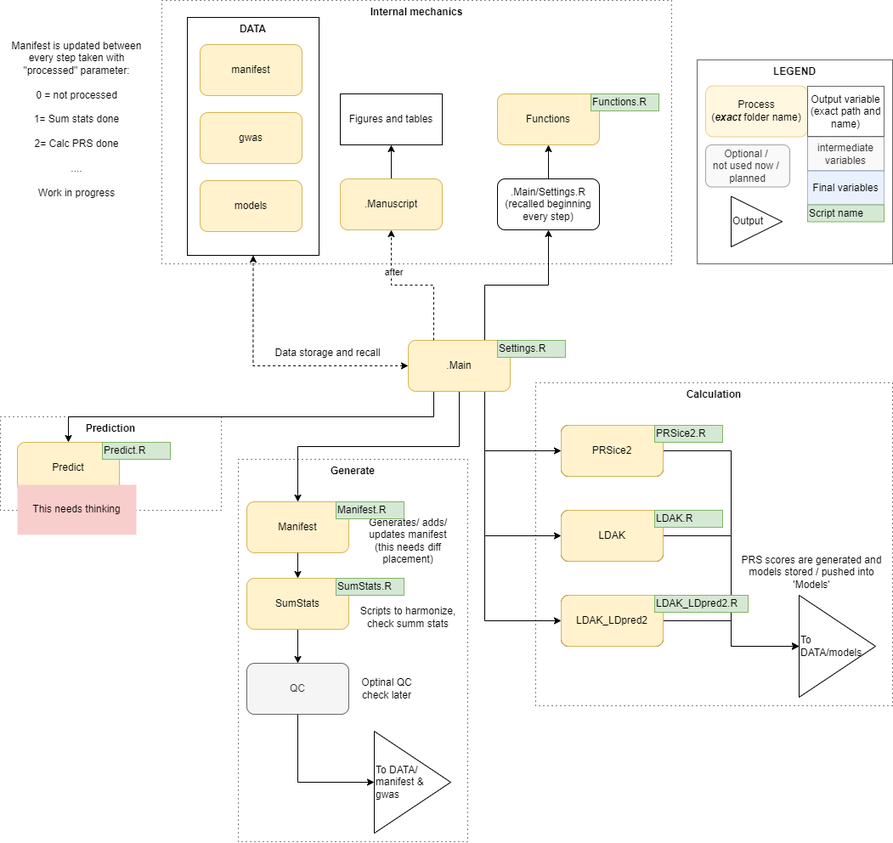
Above: Workflows/Workflow.png in Rrtk2/PRS-multi-trait (draw.io), before the change. Source tidied: cells renumbered, new cells last; positions are measured from the earlier drawing's top-left corner, leaving out a move shared by most shapes.
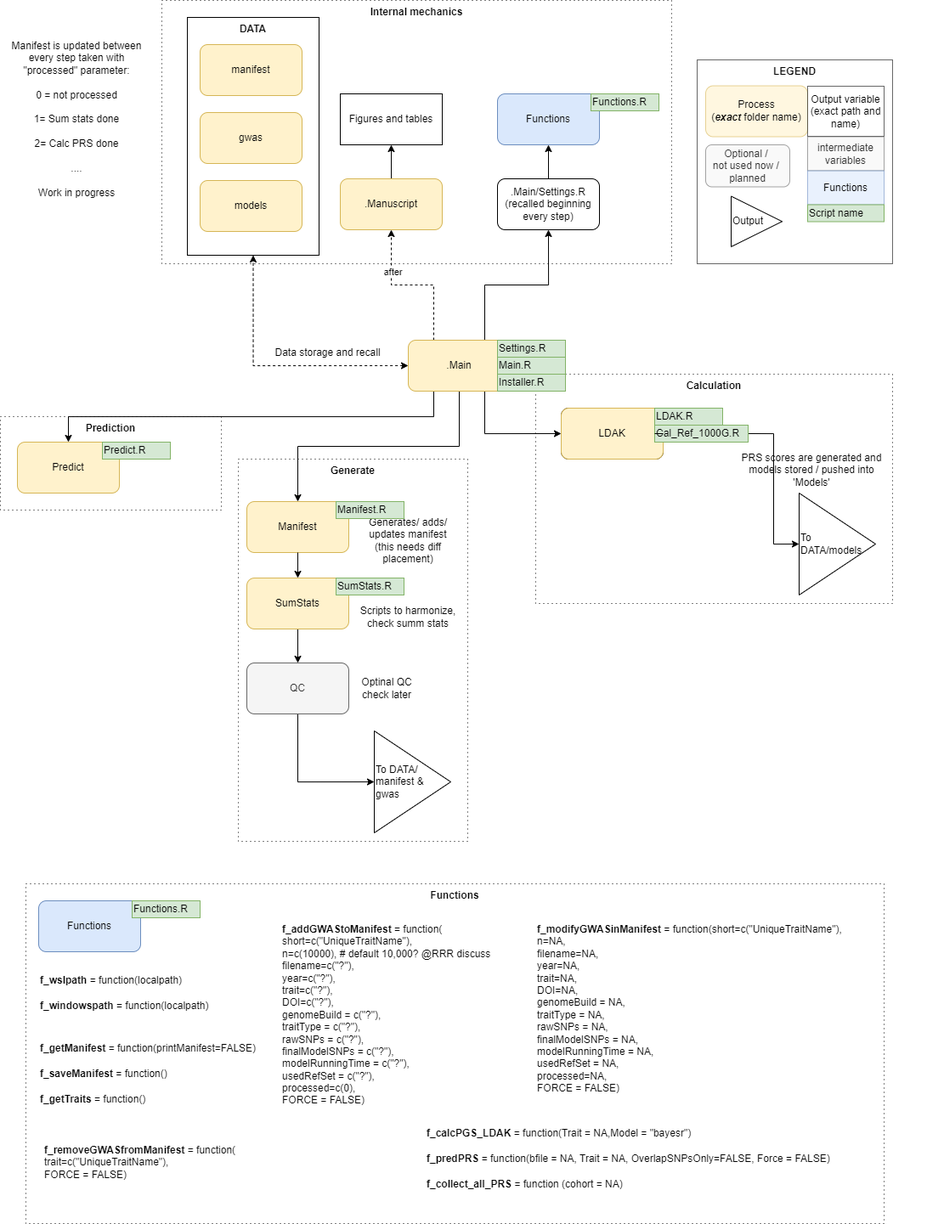
The same diagram one commit later.

What changed in the source:
```diff
@@ -20,7 +20,7 @@
     <mxCell id="7" value="intermediate&lt;br&gt;variables" style="rounded=0;whiteSpace=wrap;html=1;align=center;fillColor=#f5f5f5;fontColor=#333333;strokeColor=#666666;opacity=60;" parent="3" vertex="1">
       <mxGeometry x="130" y="90.5" width="90" height="40" as="geometry" />
     </mxCell>
-    <mxCell id="8" value="Final variables" style="rounded=0;whiteSpace=wrap;html=1;align=center;fillColor=#dae8fc;strokeColor=#6c8ebf;opacity=60;" parent="3" vertex="1">
+    <mxCell id="8" value="Functions" style="rounded=0;whiteSpace=wrap;html=1;align=center;fillColor=#dae8fc;strokeColor=#6c8ebf;opacity=60;" parent="3" vertex="1">
       <mxGeometry x="130" y="130.5" width="90" height="40" as="geometry" />
     </mxCell>
     <mxCell id="9" value="Optional /&amp;nbsp;&lt;br&gt;not used now /&amp;nbsp;&lt;br&gt;planned" style="rounded=1;whiteSpace=wrap;html=1;opacity=60;fillColor=#f5f5f5;fontColor=#333333;strokeColor=#666666;" parent="3" vertex="1">
@@ -46,21 +46,15 @@
     <mxCell id="15" style="edgeStyle=orthogonalEdgeStyle;rounded=0;jettySize=auto;html=1;exitX=0.75;exitY=0;exitDx=0;exitDy=0;entryX=0.5;entryY=1;entryDx=0;entryDy=0;" parent="1" edge="1" source="21" target="27">
       <mxGeometry relative="1" as="geometry" />
     </mxCell>
-    <mxCell id="16" style="edgeStyle=orthogonalEdgeStyle;rounded=0;jettySize=auto;html=1;exitX=0.75;exitY=1;exitDx=0;exitDy=0;entryX=0;entryY=0.5;entryDx=0;entryDy=0;" parent="1" edge="1" source="21" target="40">
-      <mxGeometry relative="1" as="geometry" />
-    </mxCell>
-    <mxCell id="17" style="edgeStyle=orthogonalEdgeStyle;rounded=0;jettySize=auto;html=1;exitX=0.75;exitY=1;exitDx=0;exitDy=0;entryX=0;entryY=0.5;entryDx=0;entryDy=0;" parent="1" edge="1" source="21" target="41">
-      <mxGeometry relative="1" as="geometry" />
-    </mxCell>
-    <mxCell id="18" style="edgeStyle=orthogonalEdgeStyle;rounded=0;jettySize=auto;html=1;exitX=0.75;exitY=1;exitDx=0;exitDy=0;entryX=0;entryY=0.5;entryDx=0;entryDy=0;" parent="1" edge="1" source="21" target="42">
-      <mxGeometry relative="1" as="geometry" />
-    </mxCell>
     <mxCell id="19" style="edgeStyle=orthogonalEdgeStyle;rounded=0;jettySize=auto;html=1;exitX=0;exitY=0.5;exitDx=0;exitDy=0;entryX=0.5;entryY=1;entryDx=0;entryDy=0;dashed=1;startArrow=classic;startFill=1;" parent="1" edge="1" source="21" target="48">
       <mxGeometry relative="1" as="geometry" />
     </mxCell>
     <mxCell id="20" style="edgeStyle=orthogonalEdgeStyle;rounded=0;jettySize=auto;html=1;exitX=0.5;exitY=1;exitDx=0;exitDy=0;entryX=0.5;entryY=0;entryDx=0;entryDy=0;startArrow=none;startFill=0;" parent="1" edge="1" source="21" target="70">
       <mxGeometry relative="1" as="geometry" />
     </mxCell>
+    <mxCell id="17" style="edgeStyle=orthogonalEdgeStyle;rounded=0;jettySize=auto;html=1;exitX=0.75;exitY=1;exitDx=0;exitDy=0;entryX=0;entryY=0.5;entryDx=0;entryDy=0;" parent="1" edge="1" source="21" target="41">
+      <mxGeometry relative="1" as="geometry" />
+    </mxCell>
     <mxCell id="21" value=".Main" style="rounded=1;whiteSpace=wrap;html=1;fillColor=#fff2cc;strokeColor=#d6b656;" parent="1" vertex="1">
       <mxGeometry x="480" y="400" width="120" height="60" as="geometry" />
     </mxCell>
@@ -85,60 +79,12 @@
     <mxCell id="28" style="group;" parent="1" vertex="1">
       <mxGeometry x="585" y="110" width="190" height="60" as="geometry" />
     </mxCell>
-    <mxCell id="29" value="Functions" style="rounded=1;whiteSpace=wrap;html=1;fillColor=#fff2cc;strokeColor=#d6b656;" parent="28" vertex="1">
+    <mxCell id="29" value="Functions" style="rounded=1;whiteSpace=wrap;html=1;fillColor=#dae8fc;strokeColor=#6c8ebf;" parent="28" vertex="1">
       <mxGeometry width="120" height="60" as="geometry" />
     </mxCell>
     <mxCell id="30" value="Functions.R" style="rounded=0;whiteSpace=wrap;html=1;align=left;fillColor=#d5e8d4;strokeColor=#82b366;" parent="28" vertex="1">
       <mxGeometry x="110" width="80" height="20" as="geometry" />
     </mxCell>
-    <mxCell id="31" style="group;" parent="1" vertex="1">
-      <mxGeometry x="630" y="450" width="420" height="380" as="geometry" />
-    </mxCell>
-    <mxCell id="32" value="Calculation" style="rounded=0;whiteSpace=wrap;html=1;horizontal=1;verticalAlign=top;fontColor=default;labelBackgroundColor=none;fillColor=none;dashed=1;dashPattern=1 4;fontStyle=1;" parent="31" vertex="1">
-      <mxGeometry width="420" height="380" as="geometry" />
-    </mxCell>
-    <mxCell id="33" value="To DATA/models" style="triangle;whiteSpace=wrap;html=1;align=left;" parent="31" vertex="1">
-      <mxGeometry x="310" y="250" width="90" height="120" as="geometry" />
-    </mxCell>
-    <mxCell id="34" style="edgeStyle=orthogonalEdgeStyle;rounded=0;jettySize=auto;html=1;exitX=1;exitY=0.5;exitDx=0;exitDy=0;entryX=0;entryY=0.5;entryDx=0;entryDy=0;" parent="31" edge="1" source="40" target="33">
-      <mxGeometry relative="1" as="geometry" />
-    </mxCell>
-    <mxCell id="35" style="edgeStyle=orthogonalEdgeStyle;rounded=0;jettySize=auto;html=1;exitX=1;exitY=0.5;exitDx=0;exitDy=0;entryX=0;entryY=0.5;entryDx=0;entryDy=0;" parent="31" edge="1" source="41" target="33">
-      <mxGeometry relative="1" as="geometry" />
-    </mxCell>
-    <mxCell id="36" style="edgeStyle=orthogonalEdgeStyle;rounded=0;jettySize=auto;html=1;exitX=1;exitY=0.5;exitDx=0;exitDy=0;entryX=0;entryY=0.5;entryDx=0;entryDy=0;" parent="31" edge="1" source="42" target="33">
-      <mxGeometry relative="1" as="geometry" />
-    </mxCell>
-    <mxCell id="37" value="PRSice2" style="rounded=1;whiteSpace=wrap;html=1;" parent="31" vertex="1">
-      <mxGeometry x="30" y="50" width="120" height="60" as="geometry" />
-    </mxCell>
-    <mxCell id="38" value="LDAK" style="rounded=1;whiteSpace=wrap;html=1;" parent="31" vertex="1">
-      <mxGeometry x="30" y="150" width="120" height="60" as="geometry" />
-    </mxCell>
-    <mxCell id="39" value="LDAK_LDpred2" style="rounded=1;whiteSpace=wrap;html=1;" parent="31" vertex="1">
-      <mxGeometry x="30" y="250" width="120" height="60" as="geometry" />
-    </mxCell>
-    <mxCell id="40" value="PRSice2" style="rounded=1;whiteSpace=wrap;html=1;fillColor=#fff2cc;strokeColor=#d6b656;" parent="31" vertex="1">
-      <mxGeometry x="30" y="50" width="120" height="60" as="geometry" />
-    </mxCell>
-    <mxCell id="41" value="LDAK" style="rounded=1;whiteSpace=wrap;html=1;fillColor=#fff2cc;strokeColor=#d6b656;" parent="31" vertex="1">
-      <mxGeometry x="30" y="150" width="120" height="60" as="geometry" />
-    </mxCell>
-    <mxCell id="42" value="LDAK_LDpred2" style="rounded=1;whiteSpace=wrap;html=1;fillColor=#fff2cc;strokeColor=#d6b656;" parent="31" vertex="1">
-      <mxGeometry x="30" y="250" width="120" height="60" as="geometry" />
-    </mxCell>
-    <mxCell id="43" value="PRS scores are generated and models stored / pushed into 'Models'" style="text;html=1;strokeColor=none;fillColor=none;align=center;verticalAlign=middle;whiteSpace=wrap;rounded=0;" parent="31" vertex="1">
-      <mxGeometry x="230" y="200" width="190" height="45" as="geometry" />
-    </mxCell>
-    <mxCell id="44" value="PRSice2.R" style="rounded=0;whiteSpace=wrap;html=1;align=left;fillColor=#d5e8d4;strokeColor=#82b366;" parent="31" vertex="1">
-      <mxGeometry x="140" y="50" width="80" height="20" as="geometry" />
-    </mxCell>
-    <mxCell id="45" value="LDAK.R" style="rounded=0;whiteSpace=wrap;html=1;align=left;fillColor=#d5e8d4;strokeColor=#82b366;" parent="31" vertex="1">
-      <mxGeometry x="140" y="150" width="80" height="20" as="geometry" />
-    </mxCell>
-    <mxCell id="46" value="LDAK_LDpred2.R" style="rounded=0;whiteSpace=wrap;html=1;align=left;fillColor=#d5e8d4;strokeColor=#82b366;" parent="31" vertex="1">
-      <mxGeometry x="140" y="250" width="110" height="20" as="geometry" />
-    </mxCell>
     <mxCell id="47" style="group;strokeColor=default;" parent="1" vertex="1">
       <mxGeometry x="220" y="20" width="155" height="280" as="geometry" />
     </mxCell>
@@ -220,8 +166,86 @@
     <mxCell id="73" style="edgeStyle=orthogonalEdgeStyle;rounded=0;jettySize=auto;html=1;exitX=0.5;exitY=1;exitDx=0;exitDy=0;entryX=0.5;entryY=0;entryDx=0;entryDy=0;startArrow=none;startFill=0;" parent="1" edge="1" source="70" target="63">
       <mxGeometry relative="1" as="geometry" />
     </mxCell>
-    <mxCell id="74" value="This needs thinking" style="text;html=1;strokeColor=none;fillColor=#f8cecc;align=center;verticalAlign=middle;whiteSpace=wrap;rounded=0;" parent="1" vertex="1">
-      <mxGeometry x="20" y="570" width="140" height="58.8" as="geometry" />
-    </mxCell>
+    <mxCell id="75" style="group;" parent="1" vertex="1">
+      <mxGeometry x="630" y="440" width="480" height="380" as="geometry" />
+    </mxCell>
+    <mxCell id="32" value="Calculation" style="rounded=0;whiteSpace=wrap;html=1;horizontal=1;verticalAlign=top;fontColor=default;labelBackgroundColor=none;fillColor=none;dashed=1;dashPattern=1 4;fontStyle=1;" parent="75" vertex="1">
+      <mxGeometry width="420" height="270" as="geometry" />
+    </mxCell>
+    <mxCell id="33" value="To DATA/models" style="triangle;whiteSpace=wrap;html=1;align=left;" parent="75" vertex="1">
+      <mxGeometry x="310" y="140" width="90" height="120" as="geometry" />
+    </mxCell>
+    <mxCell id="35" style="edgeStyle=orthogonalEdgeStyle;rounded=0;jettySize=auto;html=1;exitX=1;exitY=0.5;exitDx=0;exitDy=0;entryX=0;entryY=0.5;entryDx=0;entryDy=0;startArrow=none;" parent="75" edge="1" source="76" target="33">
+      <mxGeometry relative="1" as="geometry" />
+    </mxCell>
+    <mxCell id="38" value="LDAK" style="rounded=1;whiteSpace=wrap;html=1;" parent="75" vertex="1">
+      <mxGeometry x="30" y="40" width="120" height="60" as="geometry" />
+    </mxCell>
+    <mxCell id="41" value="LDAK" style="rounded=1;whiteSpace=wrap;html=1;fillColor=#fff2cc;strokeColor=#d6b656;" parent="75" vertex="1">
+      <mxGeometry x="30" y="40" width="120" height="60" as="geometry" />
+    </mxCell>
+    <mxCell id="43" value="PRS scores are generated and models stored / pushed into 'Models'" style="text;html=1;strokeColor=none;fillColor=none;align=center;verticalAlign=middle;whiteSpace=wrap;rounded=0;" parent="75" vertex="1">
+      <mxGeometry x="230" y="90" width="190" height="45" as="geometry" />
+    </mxCell>
+    <mxCell id="45" value="LDAK.R" style="rounded=0;whiteSpace=wrap;html=1;align=left;fillColor=#d5e8d4;strokeColor=#82b366;" parent="75" vertex="1">
+      <mxGeometry x="140" y="40" width="80" height="20" as="geometry" />
+    </mxCell>
+    <mxCell id="76" value="Cal_Ref_1000G.R" style="rounded=0;whiteSpace=wrap;html=1;align=left;fillColor=#d5e8d4;strokeColor=#82b366;" parent="75" vertex="1">
+      <mxGeometry x="140" y="60" width="110" height="20" as="geometry" />
+    </mxCell>
+    <mxCell id="77" style="edgeStyle=orthogonalEdgeStyle;rounded=0;jettySize=auto;html=1;exitX=1;exitY=0.5;exitDx=0;exitDy=0;entryX=0;entryY=0.5;entryDx=0;entryDy=0;endArrow=none;" parent="75" edge="1" source="41" target="76">
+      <mxGeometry relative="1" as="geometry" />
+    </mxCell>
+    <mxCell id="78" value="Main.R" style="rounded=0;whiteSpace=wrap;html=1;align=left;fillColor=#d5e8d4;strokeColor=#82b366;" parent="1" vertex="1">
+      <mxGeometry x="585" y="420" width="80" height="20" as="geometry" />
+    </mxCell>
+    <mxCell id="79" value="Installer.R" style="rounded=0;whiteSpace=wrap;html=1;align=left;fillColor=#d5e8d4;strokeColor=#82b366;" parent="1" vertex="1">
+      <mxGeometry x="585" y="440" width="80" height="20" as="geometry" />
+    </mxCell>
+    <mxCell id="80" value="Functions" style="rounded=0;whiteSpace=wrap;html=1;horizontal=1;verticalAlign=top;fontColor=default;labelBackgroundColor=none;fillColor=none;dashed=1;dashPattern=1 4;fontStyle=1;" parent="1" vertex="1">
+      <mxGeometry x="30" y="1040" width="1010" height="400" as="geometry" />
+    </mxCell>
+    <mxCell id="81" style="group;" parent="1" vertex="1">
+      <mxGeometry x="45" y="1060" width="190" height="60" as="geometry" />
+    </mxCell>
+    <mxCell id="82" value="Functions" style="rounded=1;whiteSpace=wrap;html=1;fillColor=#dae8fc;strokeColor=#6c8ebf;" parent="81" vertex="1">
+      <mxGeometry width="120" height="60" as="geometry" />
+    </mxCell>
+    <mxCell id="83" value="Functions.R" style="rounded=0;whiteSpace=wrap;html=1;align=left;fillColor=#d5e8d4;strokeColor=#82b366;" parent="81" vertex="1">
+      <mxGeometry x="110" width="80" height="20" as="geometry" />
+    </mxCell>
+    <mxCell id="84" value="&lt;b&gt;f_wslpath &lt;/b&gt;= function(localpath)" style="text;whiteSpace=wrap;html=1;" parent="1" vertex="1">
+      <mxGeometry x="45" y="1140" width="200" height="40" as="geometry" />
+    </mxCell>
+    <mxCell id="85" value="&lt;b&gt;f_windowspath &lt;/b&gt;= function(localpath)" style="text;whiteSpace=wrap;html=1;" parent="1" vertex="1">
+      <mxGeometry x="45" y="1170" width="220" height="40" as="geometry" />
+    </mxCell>
+    <mxCell id="86" value="&lt;b&gt;f_getManifest &lt;/b&gt;= function(printManifest=FALSE)" style="text;whiteSpace=wrap;html=1;" parent="1" vertex="1">
+      <mxGeometry x="45" y="1220" width="280" height="40" as="geometry" />
+    </mxCell>
+    <mxCell id="87" value="&lt;b&gt;f_saveManifest &lt;/b&gt;= function()" style="text;whiteSpace=wrap;html=1;" parent="1" vertex="1">
+      <mxGeometry x="45" y="1250" width="180" height="40" as="geometry" />
+    </mxCell>
+    <mxCell id="88" value="&lt;b&gt;f_getTraits&lt;/b&gt; = function()" style="text;whiteSpace=wrap;html=1;" parent="1" vertex="1">
+      <mxGeometry x="45" y="1280" width="150" height="40" as="geometry" />
+    </mxCell>
+    <mxCell id="89" value="&lt;b&gt;f_addGWAStoManifest &lt;/b&gt;= function(&lt;br&gt;&#9;short=c(&quot;UniqueTraitName&quot;),&lt;br&gt;&#9;n=c(10000), # default 10,000? @RRR discuss&lt;br&gt;&#9;filename=c(&quot;?&quot;),&lt;br&gt;&#9;year=c(&quot;?&quot;),&lt;br&gt;&#9;trait=c(&quot;?&quot;),&lt;br&gt;&#9;DOI=c(&quot;?&quot;),&lt;br&gt;&#9;genomeBuild = c(&quot;?&quot;),&lt;br&gt;&#9;traitType = c(&quot;?&quot;),&lt;br&gt;&#9;rawSNPs = c(&quot;?&quot;),&lt;br&gt;&#9;finalModelSNPs = c(&quot;?&quot;),&lt;br&gt;&#9;modelRunningTime = c(&quot;?&quot;),&lt;br&gt;&#9;usedRefSet = c(&quot;?&quot;),&lt;br&gt;&#9;processed=c(0),&lt;br&gt;&#9;FORCE = FALSE)" style="text;whiteSpace=wrap;html=1;" parent="1" vertex="1">
+      <mxGeometry x="330" y="1080" width="280" height="240" as="geometry" />
+    </mxCell>
+    <mxCell id="90" value="&lt;b&gt;f_removeGWASfromManifest &lt;/b&gt;= function(&lt;br&gt;&#9;trait=c(&quot;UniqueTraitName&quot;),&lt;br&gt;&#9;FORCE = FALSE)" style="text;whiteSpace=wrap;html=1;" parent="1" vertex="1">
+      <mxGeometry x="50" y="1340" width="250" height="70" as="geometry" />
+    </mxCell>
+    <mxCell id="91" value="&lt;b&gt;f_modifyGWASinManifest &lt;/b&gt;= function(short=c(&quot;UniqueTraitName&quot;),&lt;br&gt;&#9;n=NA,&lt;br&gt;&#9;filename=NA,&lt;br&gt;&#9;year=NA,&lt;br&gt;&#9;trait=NA,&lt;br&gt;&#9;DOI=NA,&lt;br&gt;&#9;genomeBuild = NA,&lt;br&gt;&#9;traitType = NA,&lt;br&gt;&#9;rawSNPs = NA,&lt;br&gt;&#9;finalModelSNPs = NA,&lt;br&gt;&#9;modelRunningTime = NA,&lt;br&gt;&#9;usedRefSet = NA,&lt;br&gt;&#9;processed=NA,&lt;br&gt;&#9;FORCE = FALSE)" style="text;whiteSpace=wrap;html=1;" parent="1" vertex="1">
+      <mxGeometry x="630" y="1080" width="380" height="220" as="geometry" />
+    </mxCell>
+    <mxCell id="92" value="&lt;b&gt;f_calcPGS_LDAK &lt;/b&gt;= function(Trait = NA,Model = &quot;bayesr&quot;)" style="text;whiteSpace=wrap;html=1;" parent="1" vertex="1">
+      <mxGeometry x="500" y="1320" width="340" height="40" as="geometry" />
+    </mxCell>
+    <mxCell id="93" value="&lt;b&gt;f_predPRS &lt;/b&gt;= function(bfile = NA, Trait = NA, OverlapSNPsOnly=FALSE, Force = FALSE)" style="text;whiteSpace=wrap;html=1;" parent="1" vertex="1">
+      <mxGeometry x="500" y="1350" width="510" height="40" as="geometry" />
+    </mxCell>
+    <mxCell id="94" value="&lt;b&gt;f_collect_all_PRS &lt;/b&gt;= function (cohort = NA)" style="text;whiteSpace=wrap;html=1;" parent="1" vertex="1">
+      <mxGeometry x="500" y="1380" width="260" height="40" as="geometry" />
+    </mxCell>
   </root>
 </mxGraphModel>
```
